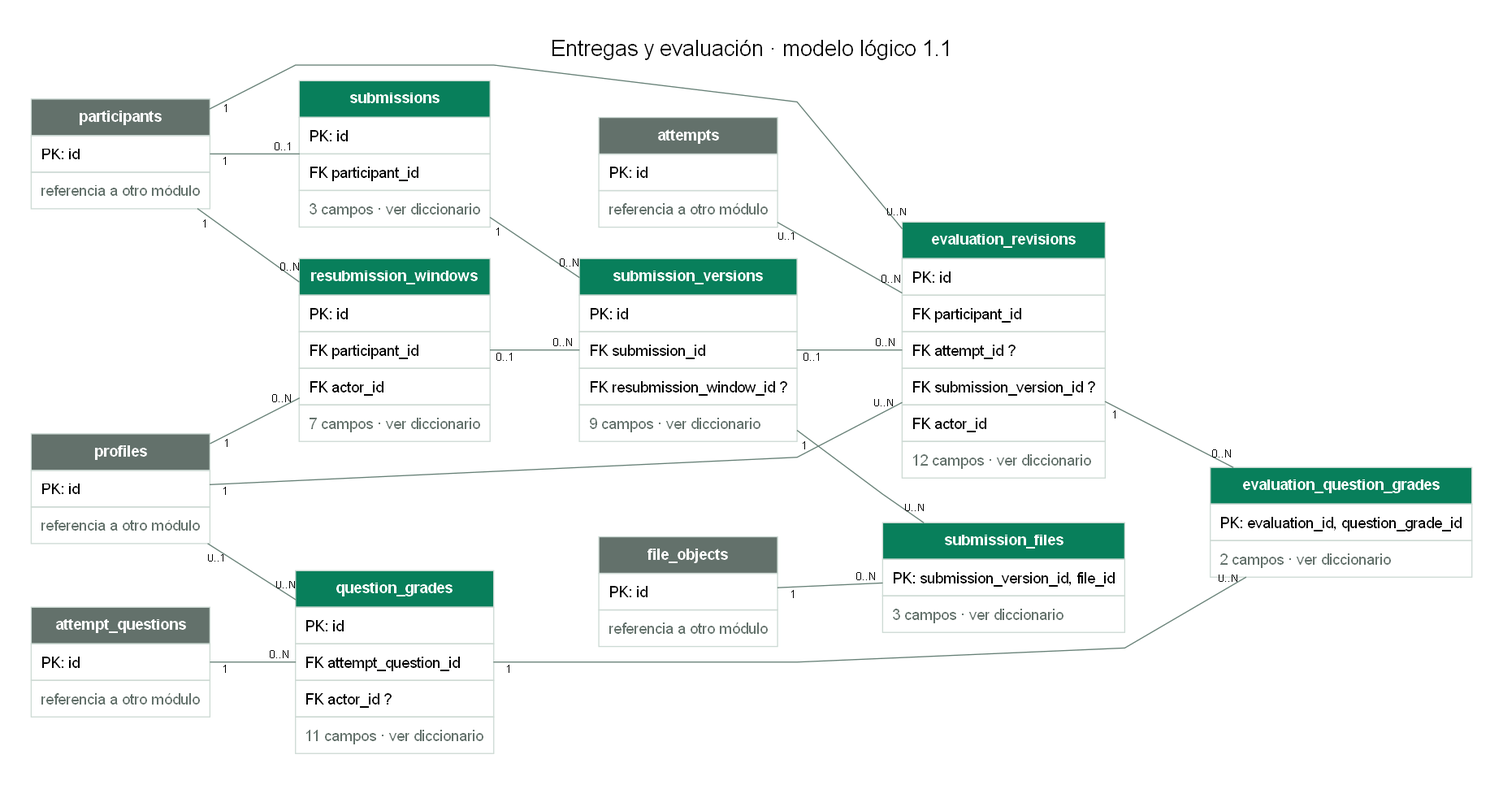
The Graphviz diagram docs/modelado/diagramas/05-evaluacion.png in CubeFreaKLab/aulify, before a commit. Its source is kept beside it as docs/modelado/diagramas/05-evaluacion.dot.
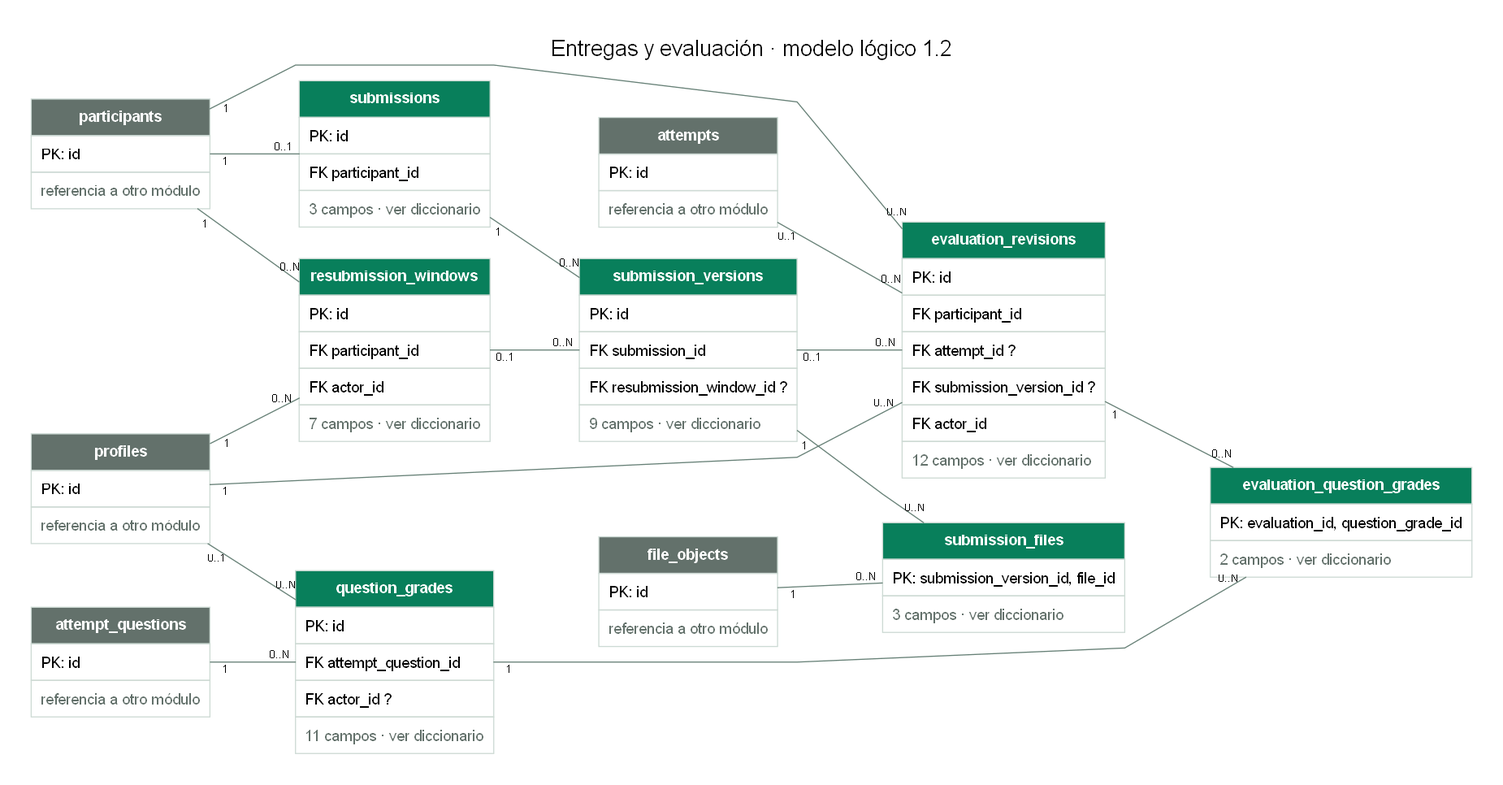
The same file after the commit.

Change to the diagram source:
```diff
@@ -1,5 +1,5 @@
 digraph modelo {
-graph [rankdir=LR, bgcolor="#ffffff", pad=0.4, nodesep=0.4, ranksep=1.1, splines=polyline, fontname="Arial", fontsize=20, labelloc=t, label="Entregas y evaluación · modelo lógico 1.1"];
+graph [rankdir=LR, bgcolor="#ffffff", pad=0.4, nodesep=0.4, ranksep=1.1, splines=polyline, fontname="Arial", fontsize=20, labelloc=t, label="Entregas y evaluación · modelo lógico 1.2"];
 node [shape=plain, fontname="Arial"];
 edge [fontname="Arial", fontsize=10, color="#668076", arrowsize=0.6];
 "attempt_questions" [label=<<TABLE BORDER="0" CELLBORDER="1" CELLSPACING="0" CELLPADDING="8" COLOR="#CDDAD4"><TR><TD BGCOLOR="#63716B"><FONT COLOR="white"><B>attempt_questions</B></FONT></TD></TR><TR><TD ALIGN="LEFT">PK: id</TD></TR><TR><TD><FONT COLOR="#63716B">referencia a otro módulo</FONT></TD></TR></TABLE>>];
```
